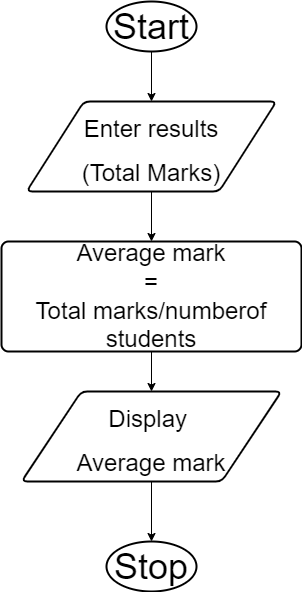
Before: Question 2 part i.drawio.png, a diagram exported from draw.io (Berna-K/CAT-2-Question-2). Source tidied: cells renumbered, new cells last; positions are measured from the earlier drawing's top-left corner, leaving out a move shared by most shapes.
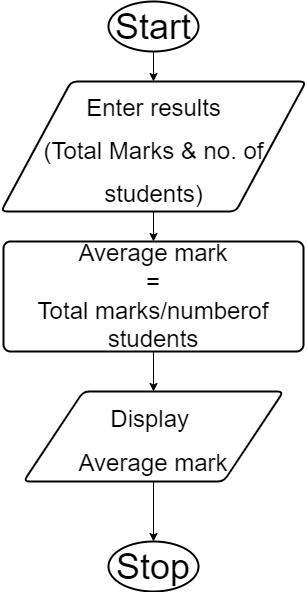
After the change.

What changed in the source:
```diff
@@ -11,8 +11,8 @@
     <mxCell id="4" style="edgeStyle=orthogonalEdgeStyle;rounded=0;jettySize=auto;html=1;fontSize=24;" parent="1" edge="1" source="5" target="7">
       <mxGeometry relative="1" as="geometry" />
     </mxCell>
-    <mxCell id="5" value="&lt;div style=&quot;&quot;&gt;&lt;font style=&quot;font-size: 24px;&quot;&gt;&lt;span style=&quot;background-color: initial;&quot;&gt;Enter results&lt;/span&gt;&lt;/font&gt;&lt;/div&gt;&lt;div style=&quot;&quot;&gt;&lt;font style=&quot;font-size: 24px;&quot;&gt;&lt;span style=&quot;background-color: initial;&quot;&gt;(Total Marks)&lt;/span&gt;&lt;/font&gt;&lt;/div&gt;" style="shape=parallelogram;html=1;strokeWidth=2;perimeter=parallelogramPerimeter;whiteSpace=wrap;rounded=1;arcSize=12;size=0.23;fontSize=36;align=center;" parent="1" vertex="1">
-      <mxGeometry x="25" y="100" width="250" height="90" as="geometry" />
+    <mxCell id="5" value="&lt;div style=&quot;&quot;&gt;&lt;font style=&quot;font-size: 24px;&quot;&gt;&lt;span style=&quot;background-color: initial;&quot;&gt;Enter results&lt;/span&gt;&lt;/font&gt;&lt;/div&gt;&lt;div style=&quot;&quot;&gt;&lt;font style=&quot;font-size: 24px;&quot;&gt;&lt;span style=&quot;background-color: initial;&quot;&gt;(Total Marks &amp;amp; no. of students)&lt;/span&gt;&lt;/font&gt;&lt;/div&gt;" style="shape=parallelogram;html=1;strokeWidth=2;perimeter=parallelogramPerimeter;whiteSpace=wrap;rounded=1;arcSize=12;size=0.23;fontSize=36;align=center;" parent="1" vertex="1">
+      <mxGeometry x="-2.5" y="80" width="305" height="130" as="geometry" />
     </mxCell>
     <mxCell id="6" style="edgeStyle=orthogonalEdgeStyle;rounded=0;jettySize=auto;html=1;entryX=0.5;entryY=0;entryDx=0;entryDy=0;fontSize=24;" parent="1" edge="1" source="7" target="9">
       <mxGeometry relative="1" as="geometry" />
```
